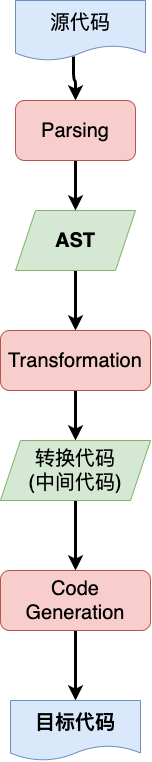
Above: browser_how_to_work/complier.png in fanxiaowei/Pic (draw.io), before the change. Source tidied: cells renumbered, new cells last; positions are measured from the earlier drawing's top-left corner, leaving out a move shared by most shapes.
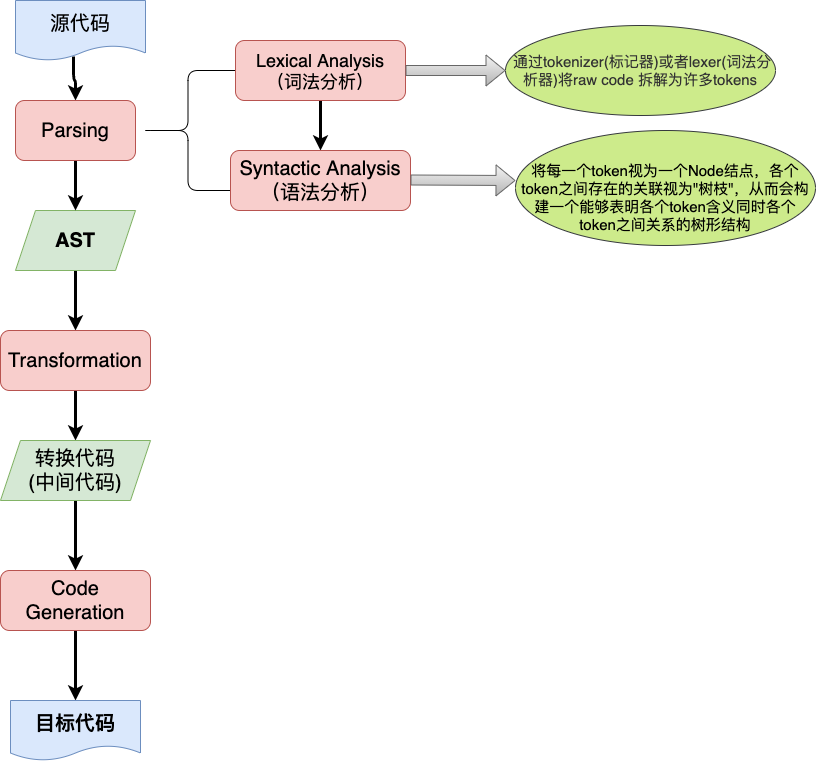
The same diagram one commit later.

The edit, as a diff of the source:
```diff
@@ -41,5 +41,32 @@
     <mxCell id="14" value="&lt;span style=&quot;font-size: 20px&quot;&gt;&lt;b&gt;目标代码&lt;/b&gt;&lt;/span&gt;" style="shape=document;whiteSpace=wrap;html=1;boundedLbl=1;fillColor=#dae8fc;strokeColor=#6c8ebf;size=0.25;" parent="1" vertex="1">
       <mxGeometry x="10" y="700" width="130" height="60" as="geometry" />
     </mxCell>
+    <mxCell id="15" style="shape=curlyBracket;whiteSpace=wrap;html=1;rounded=1;" parent="1" vertex="1">
+      <mxGeometry x="140" y="70" width="95" height="120" as="geometry" />
+    </mxCell>
+    <mxCell id="16" style="edgeStyle=orthogonalEdgeStyle;rounded=0;jettySize=auto;html=1;strokeWidth=3;" parent="1" edge="1" source="17" target="18">
+      <mxGeometry relative="1" as="geometry" />
+    </mxCell>
+    <mxCell id="17" value="&lt;font style=&quot;font-size: 18px&quot;&gt;Lexical Analysis&lt;br&gt;（词法分析）&lt;br&gt;&lt;/font&gt;" style="rounded=1;whiteSpace=wrap;html=1;fillColor=#f8cecc;strokeColor=#b85450;" parent="1" vertex="1">
+      <mxGeometry x="235" y="40" width="170" height="60" as="geometry" />
+    </mxCell>
+    <mxCell id="18" value="&lt;font style=&quot;font-size: 20px&quot;&gt;Syntactic Analysis&lt;br&gt;（语法分析）&lt;br&gt;&lt;/font&gt;" style="rounded=1;whiteSpace=wrap;html=1;fillColor=#f8cecc;strokeColor=#b85450;" parent="1" vertex="1">
+      <mxGeometry x="230" y="150" width="180" height="60" as="geometry" />
+    </mxCell>
+    <mxCell id="19" value="&lt;span style=&quot;color: rgb(51 , 51 , 51) ; font-size: 15px ; text-align: left&quot;&gt;&amp;nbsp;通过tokenizer(标记器)或者lexer(词法分析器)将raw code 拆解为许多tokens&lt;/span&gt;" style="ellipse;whiteSpace=wrap;html=1;fillColor=#cdeb8b;strokeColor=#36393d;" parent="1" vertex="1">
+      <mxGeometry x="505" y="25" width="270" height="90" as="geometry" />
+    </mxCell>
+    <mxCell id="20" value="&lt;div style=&quot;text-align: left&quot;&gt;&lt;span style=&quot;font-size: 15px&quot;&gt;&amp;nbsp; &amp;nbsp; &amp;nbsp; &amp;nbsp;&amp;nbsp;&lt;/span&gt;&lt;/div&gt;&lt;span style=&quot;font-size: 15px ; text-align: left&quot;&gt;将每一个token视为一个Node结点，各个token之间存在的关联视为&quot;树枝&quot;，从而会构建一个能够表明各个token含义同时各个token之间关系的树形结构&lt;/span&gt;" style="ellipse;whiteSpace=wrap;html=1;fillColor=#cdeb8b;strokeColor=#36393d;" parent="1" vertex="1">
+      <mxGeometry x="515" y="130" width="300" height="115" as="geometry" />
+    </mxCell>
+    <mxCell id="21" style="shape=flexArrow;endArrow=classic;html=1;entryX=0;entryY=0.5;entryDx=0;entryDy=0;exitX=1;exitY=0.5;exitDx=0;exitDy=0;fillColor=#f5f5f5;strokeColor=#666666;gradientColor=#b3b3b3;" parent="1" edge="1" source="17" target="19">
+      <mxGeometry relative="1" as="geometry" />
+    </mxCell>
+    <mxCell id="22" style="shape=flexArrow;endArrow=classic;html=1;exitX=1;exitY=0.5;exitDx=0;exitDy=0;fillColor=#f5f5f5;strokeColor=#666666;gradientColor=#b3b3b3;" parent="1" edge="1">
+      <mxGeometry relative="1" as="geometry">
+        <mxPoint x="410" y="179.5" as="sourcePoint" />
+        <mxPoint x="515" y="180" as="targetPoint" />
+      </mxGeometry>
+    </mxCell>
   </root>
 </mxGraphModel>
```
